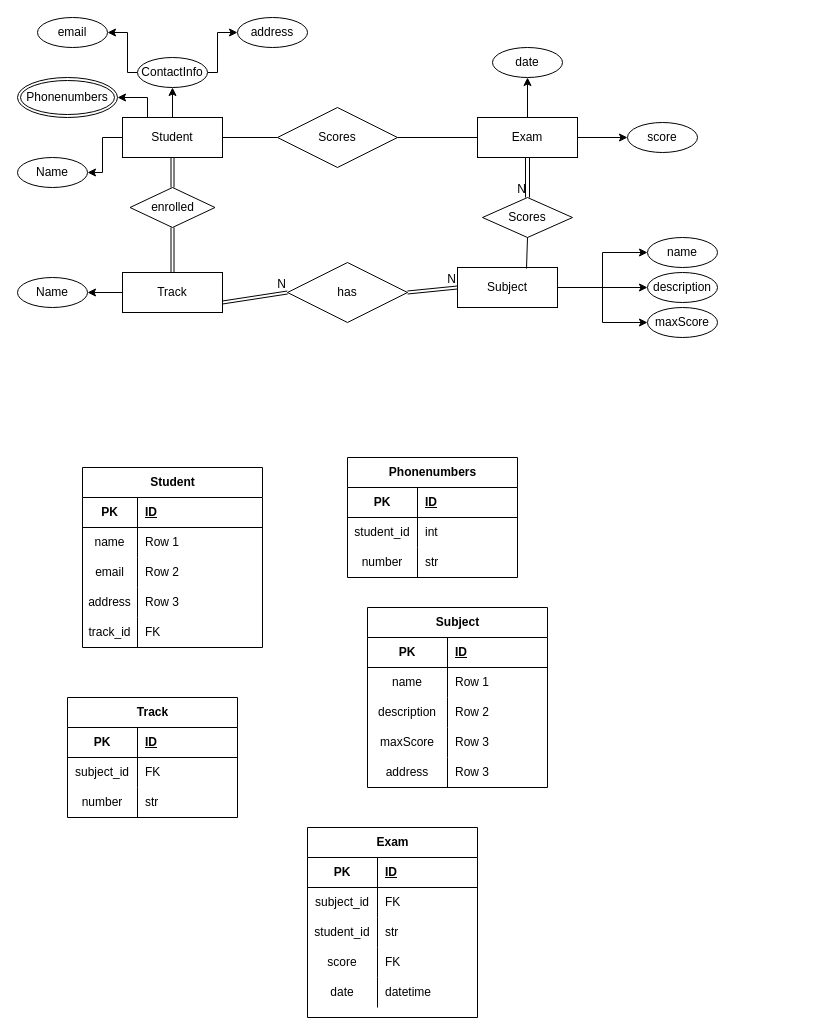
Earlier version of the draw.io diagram postgres_task1.drawio (M-akram101/ITI). Source tidied: cells renumbered, new cells numbered last; positions are measured from the earlier drawing's top-left corner, leaving out a move shared by most shapes. Both pictures are drawn from the tidied source at 100%, with x=0, y=0 at pixel (17, 17).
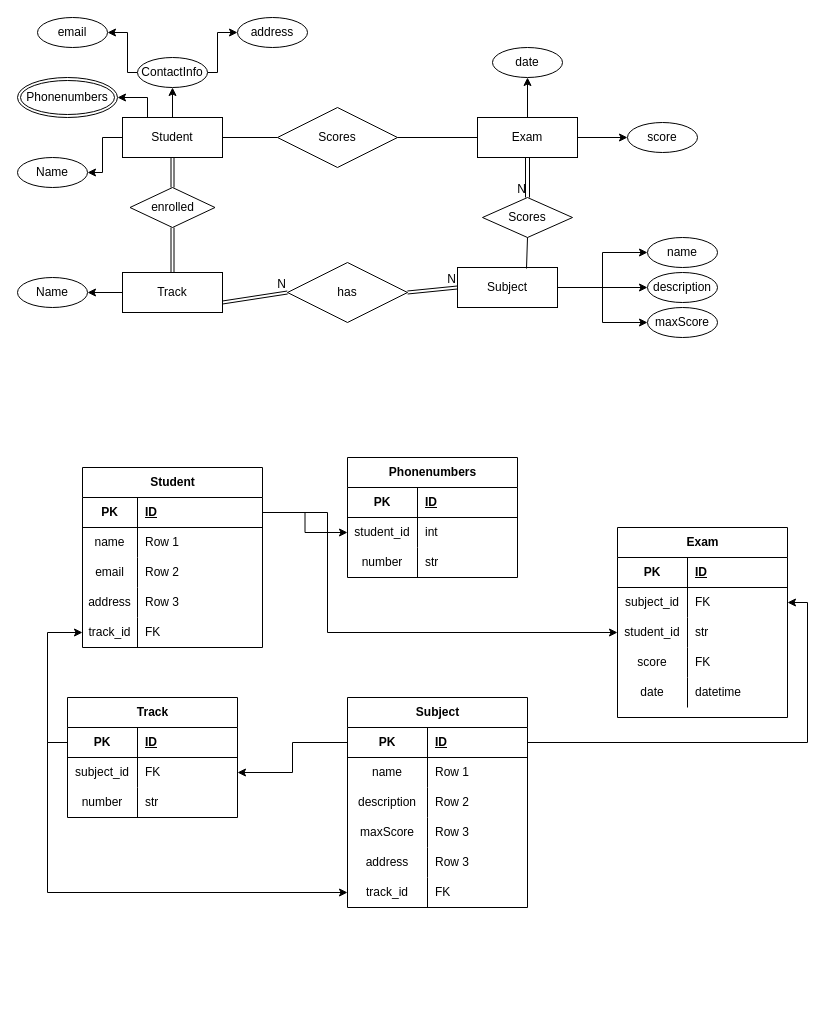
After the change.

The change refers to these unchanged cells:
```xml
<mxCell id="46" style="shape=tableRow;horizontal=0;startSize=0;swimlaneHead=0;swimlaneBody=0;fillColor=none;points=[[0,0.5],[1,0.5]];portConstraint=eastwest;top=0;left=0;right=0;bottom=1;" parent="45" vertex="1">
  <mxGeometry y="30" width="180" height="30" as="geometry" />
</mxCell>
<mxCell id="58" style="shape=tableRow;horizontal=0;startSize=0;swimlaneHead=0;swimlaneBody=0;fillColor=none;points=[[0,0.5],[1,0.5]];portConstraint=eastwest;top=0;left=0;right=0;bottom=0;" parent="45" vertex="1">
  <mxGeometry y="150" width="180" height="30" as="geometry" />
</mxCell>
<mxCell id="65" style="shape=tableRow;horizontal=0;startSize=0;swimlaneHead=0;swimlaneBody=0;fillColor=none;points=[[0,0.5],[1,0.5]];portConstraint=eastwest;top=0;left=0;right=0;bottom=0;" parent="61" vertex="1">
  <mxGeometry y="60" width="170" height="30" as="geometry" />
</mxCell>
<mxCell id="72" style="shape=tableRow;horizontal=0;startSize=0;swimlaneHead=0;swimlaneBody=0;fillColor=none;points=[[0,0.5],[1,0.5]];portConstraint=eastwest;top=0;left=0;right=0;bottom=1;" parent="71" vertex="1">
  <mxGeometry y="30" width="180" height="30" as="geometry" />
</mxCell>
<mxCell id="88" style="shape=tableRow;horizontal=0;startSize=0;swimlaneHead=0;swimlaneBody=0;fillColor=none;points=[[0,0.5],[1,0.5]];portConstraint=eastwest;top=0;left=0;right=0;bottom=1;" parent="87" vertex="1">
  <mxGeometry y="30" width="170" height="30" as="geometry" />
</mxCell>
<mxCell id="91" style="shape=tableRow;horizontal=0;startSize=0;swimlaneHead=0;swimlaneBody=0;fillColor=none;points=[[0,0.5],[1,0.5]];portConstraint=eastwest;top=0;left=0;right=0;bottom=0;" parent="87" vertex="1">
  <mxGeometry y="60" width="170" height="30" as="geometry" />
</mxCell>
<mxCell id="101" style="shape=tableRow;horizontal=0;startSize=0;swimlaneHead=0;swimlaneBody=0;fillColor=none;points=[[0,0.5],[1,0.5]];portConstraint=eastwest;top=0;left=0;right=0;bottom=0;" parent="97" vertex="1">
  <mxGeometry y="60" width="170" height="30" as="geometry" />
</mxCell>
<mxCell id="104" style="shape=tableRow;horizontal=0;startSize=0;swimlaneHead=0;swimlaneBody=0;fillColor=none;points=[[0,0.5],[1,0.5]];portConstraint=eastwest;top=0;left=0;right=0;bottom=0;" parent="97" vertex="1">
  <mxGeometry y="90" width="170" height="30" as="geometry" />
</mxCell>
```

What changed in the source:
```diff
@@
     <mxCell id="71" value="Subject" style="shape=table;startSize=30;childLayout=tableLayout;rowLines=0;fontStyle=1;align=center;html=1;" parent="1" vertex="1">
-      <mxGeometry x="350" y="590" width="180" height="180" as="geometry" />
+      <mxGeometry x="330" y="680" width="180" height="210" as="geometry" />
     </mxCell>
@@
+    <mxCell id="113" style="shape=tableRow;horizontal=0;startSize=0;swimlaneHead=0;swimlaneBody=0;fillColor=none;points=[[0,0.5],[1,0.5]];portConstraint=eastwest;top=0;left=0;right=0;bottom=0;" parent="71" vertex="1">
+      <mxGeometry y="180" width="180" height="30" as="geometry" />
+    </mxCell>
+    <mxCell id="114" value="track_id" style="shape=partialRectangle;fillColor=none;top=0;left=0;bottom=0;right=0;overflow=hidden;whiteSpace=wrap;html=1;" parent="113" vertex="1">
+      <mxGeometry width="80" height="30" as="geometry" />
+    </mxCell>
+    <mxCell id="115" value="FK" style="shape=partialRectangle;fillColor=none;top=0;left=0;bottom=0;right=0;align=left;spacingLeft=6;overflow=hidden;whiteSpace=wrap;html=1;" parent="113" vertex="1">
+      <mxGeometry x="80" width="100" height="30" as="geometry" />
+    </mxCell>
@@
     <mxCell id="97" value="Exam" style="shape=table;startSize=30;childLayout=tableLayout;rowLines=0;fontStyle=1;align=center;html=1;" parent="1" vertex="1">
-      <mxGeometry x="290" y="810" width="170" height="190" as="geometry" />
+      <mxGeometry x="600" y="510" width="170" height="190" as="geometry" />
     </mxCell>
@@
+    <mxCell id="116" style="edgeStyle=orthogonalEdgeStyle;rounded=0;jettySize=auto;html=1;entryX=1;entryY=0.5;entryDx=0;entryDy=0;" parent="1" edge="1" source="72" target="91">
+      <mxGeometry relative="1" as="geometry" />
+    </mxCell>
+    <mxCell id="117" style="edgeStyle=orthogonalEdgeStyle;rounded=0;jettySize=auto;html=1;entryX=0;entryY=0.5;entryDx=0;entryDy=0;exitX=0;exitY=0.5;exitDx=0;exitDy=0;" parent="1" edge="1" source="88" target="113">
+      <mxGeometry relative="1" as="geometry" />
+    </mxCell>
+    <mxCell id="118" style="edgeStyle=orthogonalEdgeStyle;rounded=0;jettySize=auto;html=1;entryX=0;entryY=0.5;entryDx=0;entryDy=0;exitX=0;exitY=0.5;exitDx=0;exitDy=0;" parent="1" edge="1" source="88" target="58">
+      <mxGeometry relative="1" as="geometry" />
+    </mxCell>
+    <mxCell id="119" style="edgeStyle=orthogonalEdgeStyle;rounded=0;jettySize=auto;html=1;entryX=1;entryY=0.5;entryDx=0;entryDy=0;" parent="1" edge="1" source="72" target="101">
+      <mxGeometry relative="1" as="geometry" />
+    </mxCell>
+    <mxCell id="120" style="edgeStyle=orthogonalEdgeStyle;rounded=0;jettySize=auto;html=1;entryX=0;entryY=0.5;entryDx=0;entryDy=0;" parent="1" edge="1" source="46" target="104">
+      <mxGeometry relative="1" as="geometry">
+        <Array as="points">
+          <mxPoint x="310" y="495" />
+          <mxPoint x="310" y="615" />
+        </Array>
+      </mxGeometry>
+    </mxCell>
+    <mxCell id="121" style="edgeStyle=orthogonalEdgeStyle;rounded=0;jettySize=auto;html=1;entryX=0;entryY=0.5;entryDx=0;entryDy=0;" parent="1" edge="1" source="46" target="65">
+      <mxGeometry relative="1" as="geometry" />
+    </mxCell>
```
